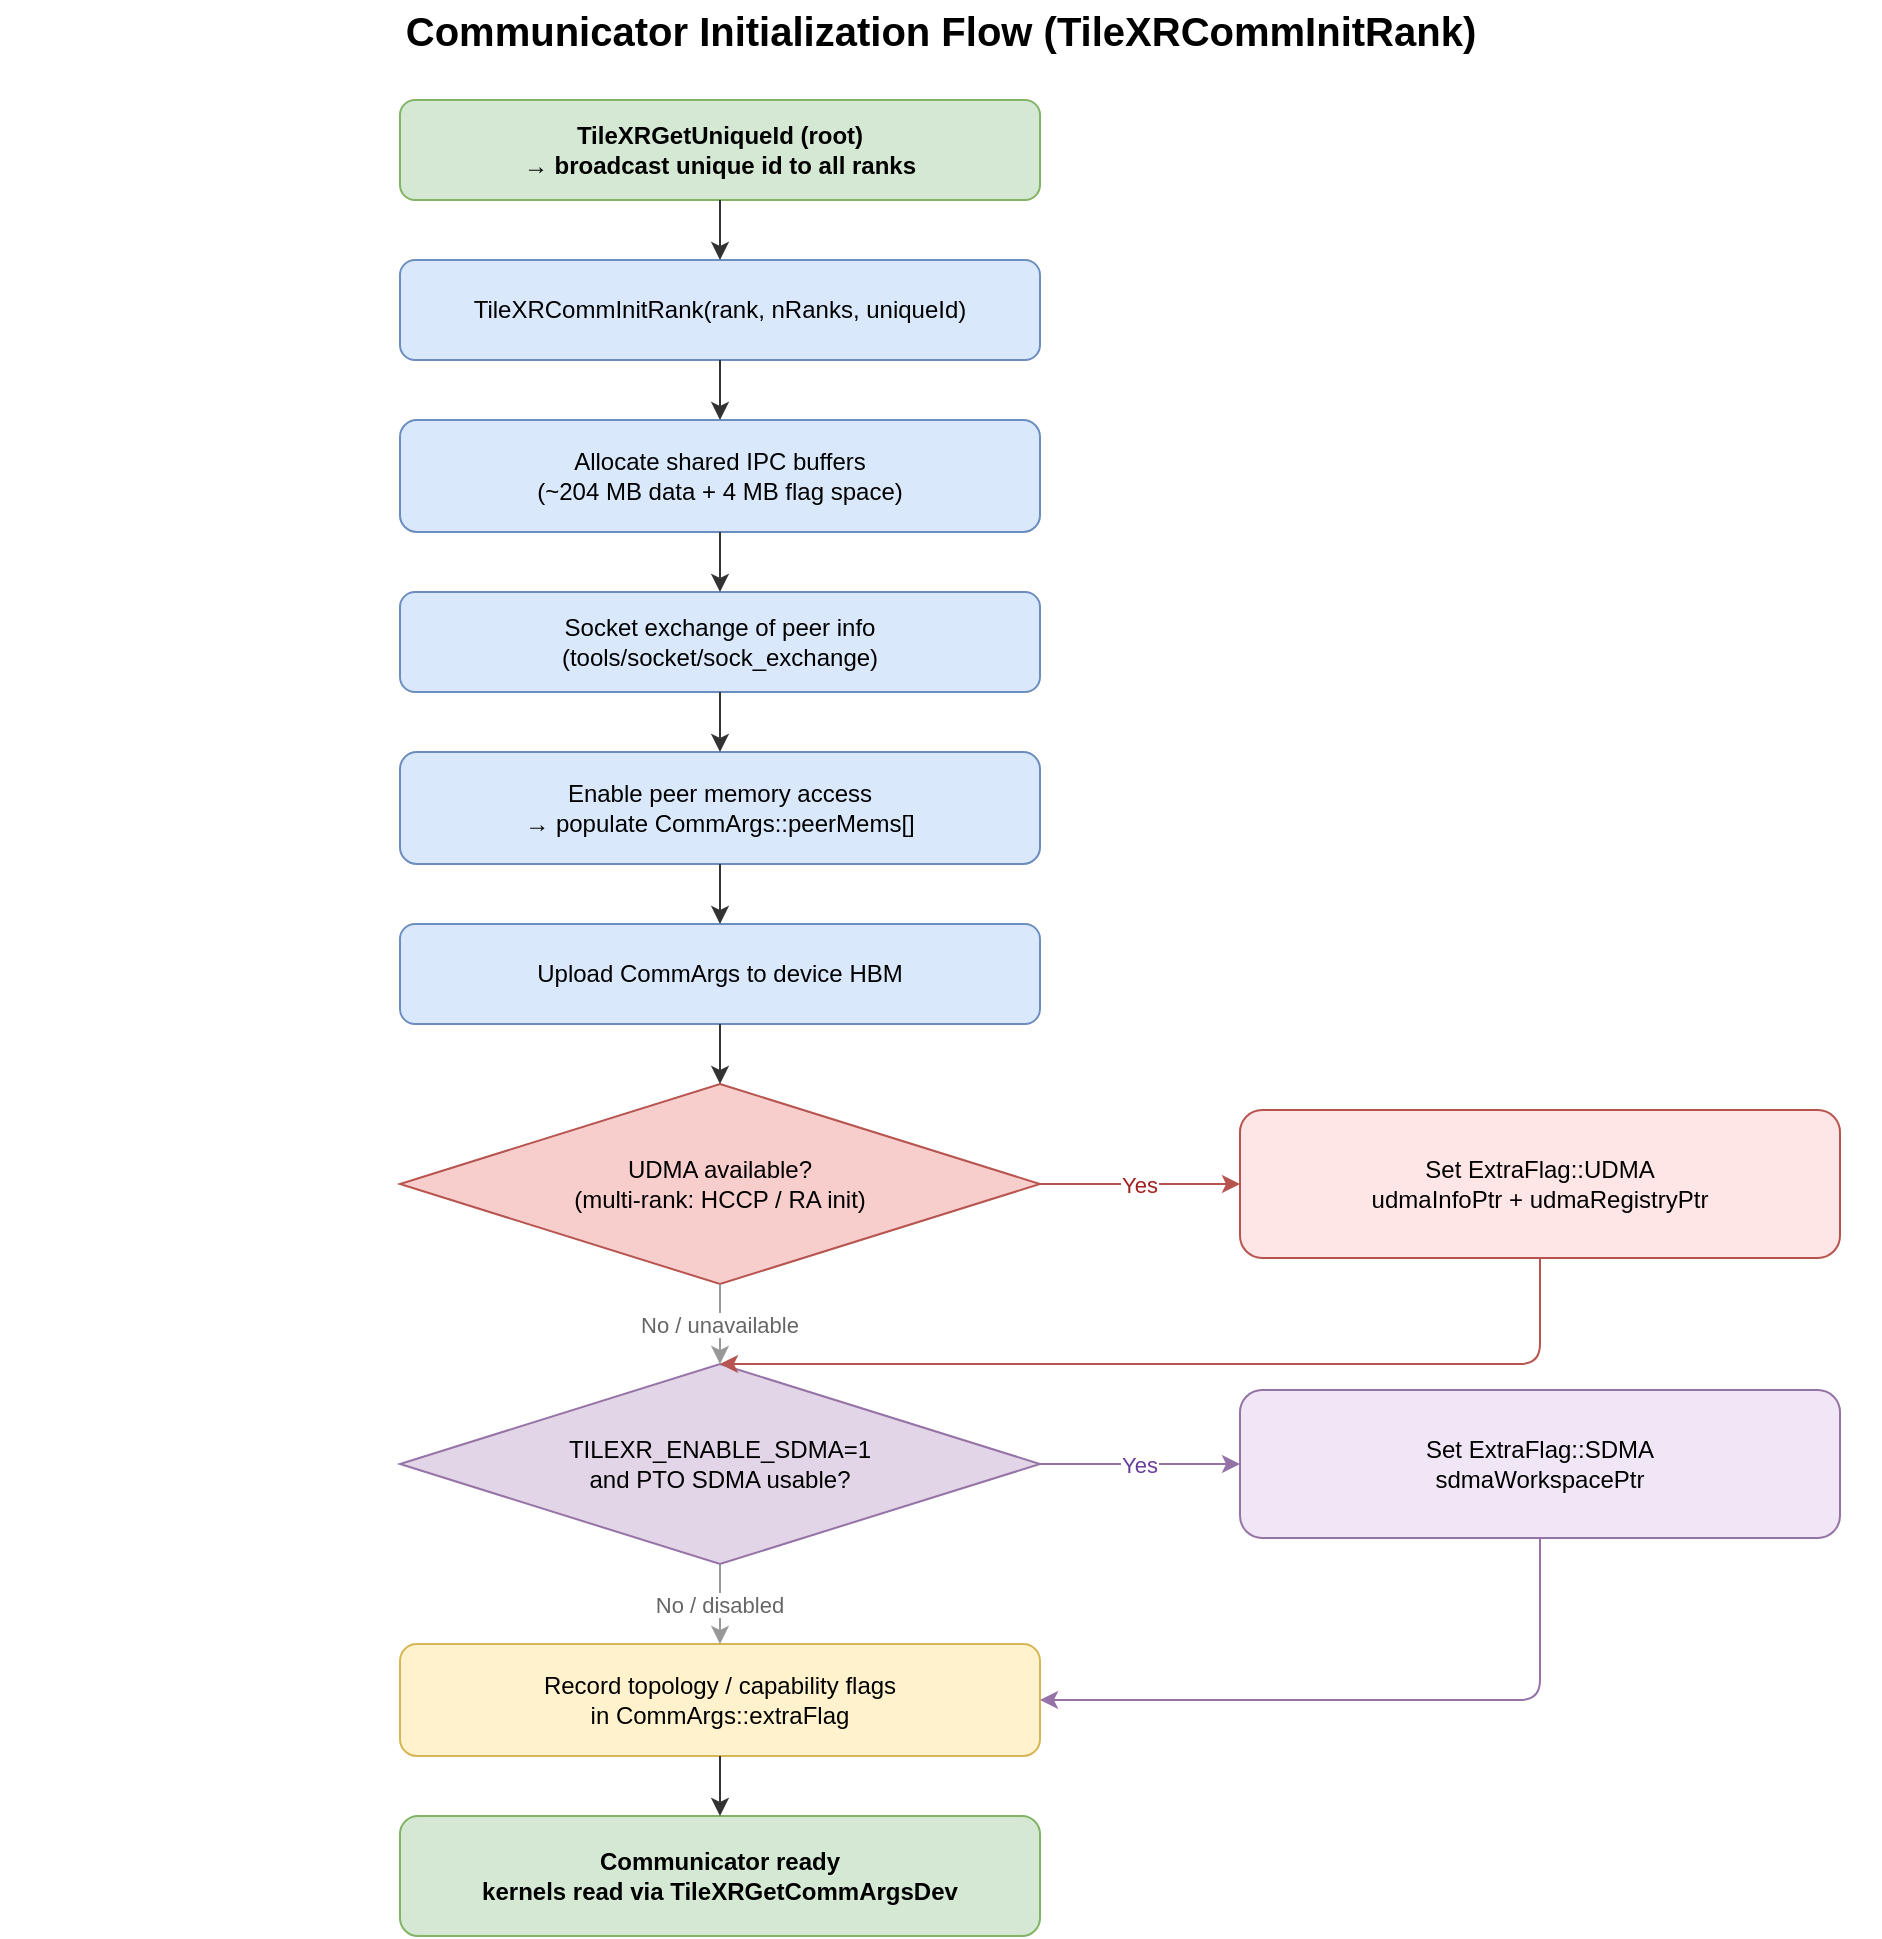
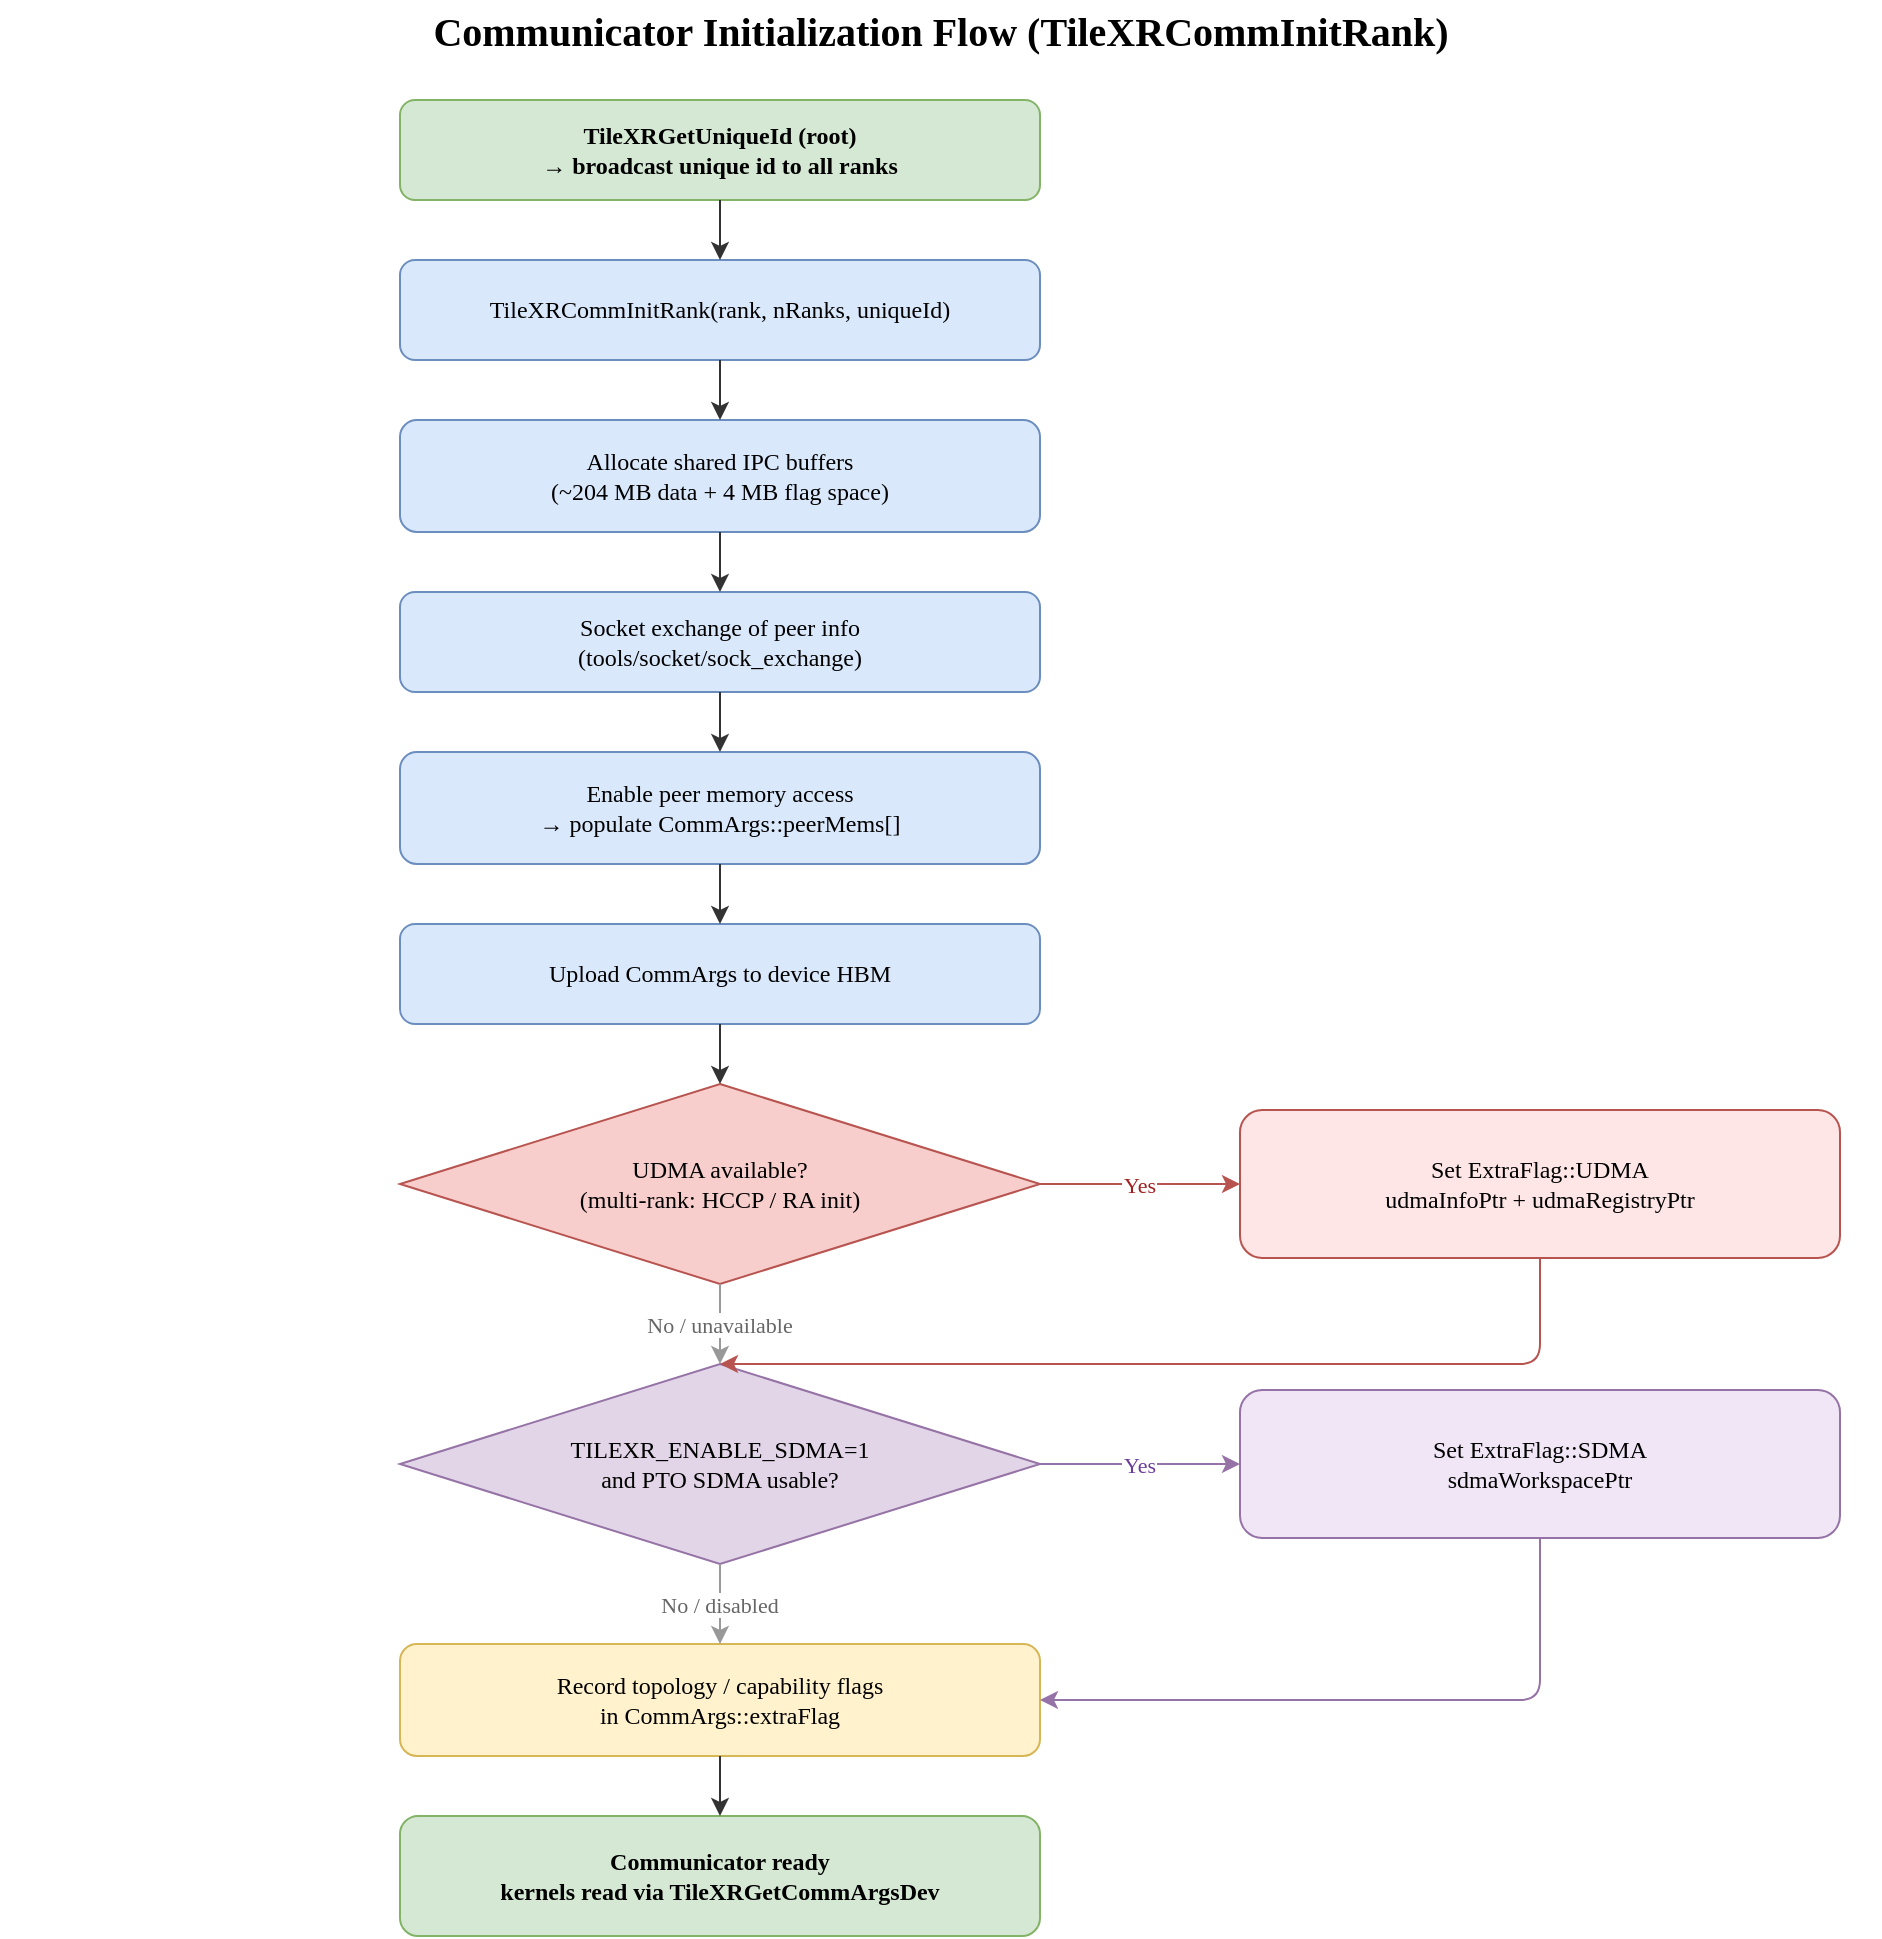
<mxfile host="Electron">
  <diagram id="45-gTDuFvh9qgjPMQVee" name="第 1 页">
    <mxGraphModel dx="1262" dy="1020" grid="1" gridSize="10" guides="1" tooltips="1" connect="1" arrows="1" fold="1" page="1" pageScale="1" pageWidth="1020" pageHeight="1040" math="0" shadow="0">
      <root>
        <mxCell id="0" />
        <mxCell id="1" parent="0" />
-         <mxCell id="title" parent="1" style="text;html=1;align=center;verticalAlign=middle;fontSize=20;fontStyle=1;" value="Communicator Initialization Flow (TileXRCommInitRank)" vertex="1">
+         <mxCell id="title" parent="1" style="text;html=1;align=center;verticalAlign=middle;fontSize=20;fontStyle=1;fontFamily=Comic Sans MS;" value="Communicator Initialization Flow (TileXRCommInitRank)" vertex="1">
          <mxGeometry height="30" width="940" x="40" y="10" as="geometry" />
        </mxCell>
-         <mxCell id="n1" parent="1" style="rounded=1;whiteSpace=wrap;fillColor=#d5e8d4;strokeColor=#82b366;fontStyle=1;" value="TileXRGetUniqueId (root) &#xa;→ broadcast unique id to all ranks" vertex="1">
+         <mxCell id="n1" parent="1" style="rounded=1;whiteSpace=wrap;fillColor=#d5e8d4;strokeColor=#82b366;fontStyle=1;fontFamily=Comic Sans MS;" value="TileXRGetUniqueId (root) &#xa;→ broadcast unique id to all ranks" vertex="1">
          <mxGeometry height="50" width="320" x="240" y="60" as="geometry" />
        </mxCell>
-         <mxCell id="n2" parent="1" style="rounded=1;whiteSpace=wrap;fillColor=#dae8fc;strokeColor=#6c8ebf;" value="TileXRCommInitRank(rank, nRanks, uniqueId)" vertex="1">
+         <mxCell id="n2" parent="1" style="rounded=1;whiteSpace=wrap;fillColor=#dae8fc;strokeColor=#6c8ebf;fontFamily=Comic Sans MS;" value="TileXRCommInitRank(rank, nRanks, uniqueId)" vertex="1">
          <mxGeometry height="50" width="320" x="240" y="140" as="geometry" />
        </mxCell>
-         <mxCell id="n3" parent="1" style="rounded=1;whiteSpace=wrap;fillColor=#dae8fc;strokeColor=#6c8ebf;" value="Allocate shared IPC buffers&#xa;(~204 MB data + 4 MB flag space)" vertex="1">
+         <mxCell id="n3" parent="1" style="rounded=1;whiteSpace=wrap;fillColor=#dae8fc;strokeColor=#6c8ebf;fontFamily=Comic Sans MS;" value="Allocate shared IPC buffers&#xa;(~204 MB data + 4 MB flag space)" vertex="1">
          <mxGeometry height="56" width="320" x="240" y="220" as="geometry" />
        </mxCell>
-         <mxCell id="n4" parent="1" style="rounded=1;whiteSpace=wrap;fillColor=#dae8fc;strokeColor=#6c8ebf;" value="Socket exchange of peer info&#xa;(tools/socket/sock_exchange)" vertex="1">
+         <mxCell id="n4" parent="1" style="rounded=1;whiteSpace=wrap;fillColor=#dae8fc;strokeColor=#6c8ebf;fontFamily=Comic Sans MS;" value="Socket exchange of peer info&#xa;(tools/socket/sock_exchange)" vertex="1">
          <mxGeometry height="50" width="320" x="240" y="306" as="geometry" />
        </mxCell>
-         <mxCell id="n5" parent="1" style="rounded=1;whiteSpace=wrap;fillColor=#dae8fc;strokeColor=#6c8ebf;" value="Enable peer memory access&#xa;→ populate CommArgs::peerMems[]" vertex="1">
+         <mxCell id="n5" parent="1" style="rounded=1;whiteSpace=wrap;fillColor=#dae8fc;strokeColor=#6c8ebf;fontFamily=Comic Sans MS;" value="Enable peer memory access&#xa;→ populate CommArgs::peerMems[]" vertex="1">
          <mxGeometry height="56" width="320" x="240" y="386" as="geometry" />
        </mxCell>
-         <mxCell id="n6" parent="1" style="rounded=1;whiteSpace=wrap;fillColor=#dae8fc;strokeColor=#6c8ebf;" value="Upload CommArgs to device HBM" vertex="1">
+         <mxCell id="n6" parent="1" style="rounded=1;whiteSpace=wrap;fillColor=#dae8fc;strokeColor=#6c8ebf;fontFamily=Comic Sans MS;" value="Upload CommArgs to device HBM" vertex="1">
          <mxGeometry height="50" width="320" x="240" y="472" as="geometry" />
        </mxCell>
-         <mxCell id="d1" parent="1" style="rhombus;whiteSpace=wrap;fillColor=#f8cecc;strokeColor=#b85450;" value="UDMA available?&#xa;(multi-rank: HCCP / RA init)" vertex="1">
+         <mxCell id="d1" parent="1" style="rhombus;whiteSpace=wrap;fillColor=#f8cecc;strokeColor=#b85450;fontFamily=Comic Sans MS;" value="UDMA available?&#xa;(multi-rank: HCCP / RA init)" vertex="1">
          <mxGeometry height="100" width="320" x="240" y="552" as="geometry" />
        </mxCell>
-         <mxCell id="uset" parent="1" style="rounded=1;whiteSpace=wrap;fillColor=#ffe6e6;strokeColor=#b85450;" value="Set ExtraFlag::UDMA&#xa;udmaInfoPtr + udmaRegistryPtr" vertex="1">
+         <mxCell id="uset" parent="1" style="rounded=1;whiteSpace=wrap;fillColor=#ffe6e6;strokeColor=#b85450;fontFamily=Comic Sans MS;" value="Set ExtraFlag::UDMA&#xa;udmaInfoPtr + udmaRegistryPtr" vertex="1">
          <mxGeometry height="74" width="300" x="660" y="565" as="geometry" />
        </mxCell>
-         <mxCell id="d2" parent="1" style="rhombus;whiteSpace=wrap;fillColor=#e1d5e7;strokeColor=#9673a6;" value="TILEXR_ENABLE_SDMA=1&#xa;and PTO SDMA usable?" vertex="1">
+         <mxCell id="d2" parent="1" style="rhombus;whiteSpace=wrap;fillColor=#e1d5e7;strokeColor=#9673a6;fontFamily=Comic Sans MS;" value="TILEXR_ENABLE_SDMA=1&#xa;and PTO SDMA usable?" vertex="1">
          <mxGeometry height="100" width="320" x="240" y="692" as="geometry" />
        </mxCell>
-         <mxCell id="sset" parent="1" style="rounded=1;whiteSpace=wrap;fillColor=#f0e6f6;strokeColor=#9673a6;" value="Set ExtraFlag::SDMA&#xa;sdmaWorkspacePtr" vertex="1">
+         <mxCell id="sset" parent="1" style="rounded=1;whiteSpace=wrap;fillColor=#f0e6f6;strokeColor=#9673a6;fontFamily=Comic Sans MS;" value="Set ExtraFlag::SDMA&#xa;sdmaWorkspacePtr" vertex="1">
          <mxGeometry height="74" width="300" x="660" y="705" as="geometry" />
        </mxCell>
-         <mxCell id="n7" parent="1" style="rounded=1;whiteSpace=wrap;fillColor=#fff2cc;strokeColor=#d6b656;" value="Record topology / capability flags&#xa;in CommArgs::extraFlag" vertex="1">
+         <mxCell id="n7" parent="1" style="rounded=1;whiteSpace=wrap;fillColor=#fff2cc;strokeColor=#d6b656;fontFamily=Comic Sans MS;" value="Record topology / capability flags&#xa;in CommArgs::extraFlag" vertex="1">
          <mxGeometry height="56" width="320" x="240" y="832" as="geometry" />
        </mxCell>
-         <mxCell id="n8" parent="1" style="rounded=1;whiteSpace=wrap;fillColor=#d5e8d4;strokeColor=#82b366;fontStyle=1;" value="Communicator ready&#xa;kernels read via TileXRGetCommArgsDev" vertex="1">
+         <mxCell id="n8" parent="1" style="rounded=1;whiteSpace=wrap;fillColor=#d5e8d4;strokeColor=#82b366;fontStyle=1;fontFamily=Comic Sans MS;" value="Communicator ready&#xa;kernels read via TileXRGetCommArgsDev" vertex="1">
          <mxGeometry height="60" width="320" x="240" y="918" as="geometry" />
        </mxCell>
-         <mxCell id="ea" edge="1" parent="1" source="n1" style="edgeStyle=orthogonalEdgeStyle;rounded=1;endArrow=classic;strokeColor=#333333;" target="n2">
+         <mxCell id="ea" edge="1" parent="1" source="n1" style="edgeStyle=orthogonalEdgeStyle;rounded=1;endArrow=classic;strokeColor=#333333;fontFamily=Comic Sans MS;" target="n2">
          <mxGeometry relative="1" as="geometry" />
        </mxCell>
-         <mxCell id="eb" edge="1" parent="1" source="n2" style="edgeStyle=orthogonalEdgeStyle;rounded=1;endArrow=classic;strokeColor=#333333;" target="n3">
+         <mxCell id="eb" edge="1" parent="1" source="n2" style="edgeStyle=orthogonalEdgeStyle;rounded=1;endArrow=classic;strokeColor=#333333;fontFamily=Comic Sans MS;" target="n3">
          <mxGeometry relative="1" as="geometry" />
        </mxCell>
-         <mxCell id="ec" edge="1" parent="1" source="n3" style="edgeStyle=orthogonalEdgeStyle;rounded=1;endArrow=classic;strokeColor=#333333;" target="n4">
+         <mxCell id="ec" edge="1" parent="1" source="n3" style="edgeStyle=orthogonalEdgeStyle;rounded=1;endArrow=classic;strokeColor=#333333;fontFamily=Comic Sans MS;" target="n4">
          <mxGeometry relative="1" as="geometry" />
        </mxCell>
-         <mxCell id="ed" edge="1" parent="1" source="n4" style="edgeStyle=orthogonalEdgeStyle;rounded=1;endArrow=classic;strokeColor=#333333;" target="n5">
+         <mxCell id="ed" edge="1" parent="1" source="n4" style="edgeStyle=orthogonalEdgeStyle;rounded=1;endArrow=classic;strokeColor=#333333;fontFamily=Comic Sans MS;" target="n5">
          <mxGeometry relative="1" as="geometry" />
        </mxCell>
-         <mxCell id="ee" edge="1" parent="1" source="n5" style="edgeStyle=orthogonalEdgeStyle;rounded=1;endArrow=classic;strokeColor=#333333;" target="n6">
+         <mxCell id="ee" edge="1" parent="1" source="n5" style="edgeStyle=orthogonalEdgeStyle;rounded=1;endArrow=classic;strokeColor=#333333;fontFamily=Comic Sans MS;" target="n6">
          <mxGeometry relative="1" as="geometry" />
        </mxCell>
-         <mxCell id="ef" edge="1" parent="1" source="n6" style="edgeStyle=orthogonalEdgeStyle;rounded=1;endArrow=classic;strokeColor=#333333;" target="d1">
+         <mxCell id="ef" edge="1" parent="1" source="n6" style="edgeStyle=orthogonalEdgeStyle;rounded=1;endArrow=classic;strokeColor=#333333;fontFamily=Comic Sans MS;" target="d1">
          <mxGeometry relative="1" as="geometry" />
        </mxCell>
-         <mxCell id="g_yes1" edge="1" parent="1" source="d1" style="edgeStyle=orthogonalEdgeStyle;rounded=1;endArrow=classic;strokeColor=#b85450;fontColor=#a02020;exitX=1;exitY=0.5;entryX=0;entryY=0.5;" target="uset" value="Yes">
+         <mxCell id="g_yes1" edge="1" parent="1" source="d1" style="edgeStyle=orthogonalEdgeStyle;rounded=1;endArrow=classic;strokeColor=#b85450;fontColor=#a02020;exitX=1;exitY=0.5;entryX=0;entryY=0.5;fontFamily=Comic Sans MS;" target="uset" value="Yes">
          <mxGeometry relative="1" as="geometry" />
        </mxCell>
-         <mxCell id="g_no1" edge="1" parent="1" source="d1" style="edgeStyle=orthogonalEdgeStyle;rounded=1;endArrow=classic;strokeColor=#999999;fontColor=#666666;exitX=0.5;exitY=1;entryX=0.5;entryY=0;" target="d2" value="No / unavailable">
+         <mxCell id="g_no1" edge="1" parent="1" source="d1" style="edgeStyle=orthogonalEdgeStyle;rounded=1;endArrow=classic;strokeColor=#999999;fontColor=#666666;exitX=0.5;exitY=1;entryX=0.5;entryY=0;fontFamily=Comic Sans MS;" target="d2" value="No / unavailable">
          <mxGeometry relative="1" as="geometry" />
        </mxCell>
-         <mxCell id="g_uset_d2" edge="1" parent="1" source="uset" style="edgeStyle=orthogonalEdgeStyle;rounded=1;endArrow=classic;strokeColor=#b85450;exitX=0.5;exitY=1;entryX=0.5;entryY=0;entryDx=0;entryDy=0;" target="d2">
+         <mxCell id="g_uset_d2" edge="1" parent="1" source="uset" style="edgeStyle=orthogonalEdgeStyle;rounded=1;endArrow=classic;strokeColor=#b85450;exitX=0.5;exitY=1;entryX=0.5;entryY=0;entryDx=0;entryDy=0;fontFamily=Comic Sans MS;" target="d2">
          <mxGeometry relative="1" as="geometry">
            <Array as="points">
              <mxPoint x="810" y="692" />
            </Array>
          </mxGeometry>
        </mxCell>
-         <mxCell id="g_yes2" edge="1" parent="1" source="d2" style="edgeStyle=orthogonalEdgeStyle;rounded=1;endArrow=classic;strokeColor=#9673a6;fontColor=#6a3d9a;exitX=1;exitY=0.5;entryX=0;entryY=0.5;" target="sset" value="Yes">
+         <mxCell id="g_yes2" edge="1" parent="1" source="d2" style="edgeStyle=orthogonalEdgeStyle;rounded=1;endArrow=classic;strokeColor=#9673a6;fontColor=#6a3d9a;exitX=1;exitY=0.5;entryX=0;entryY=0.5;fontFamily=Comic Sans MS;" target="sset" value="Yes">
          <mxGeometry relative="1" as="geometry" />
        </mxCell>
-         <mxCell id="g_no2" edge="1" parent="1" source="d2" style="edgeStyle=orthogonalEdgeStyle;rounded=1;endArrow=classic;strokeColor=#999999;fontColor=#666666;exitX=0.5;exitY=1;entryX=0.5;entryY=0;" target="n7" value="No / disabled">
+         <mxCell id="g_no2" edge="1" parent="1" source="d2" style="edgeStyle=orthogonalEdgeStyle;rounded=1;endArrow=classic;strokeColor=#999999;fontColor=#666666;exitX=0.5;exitY=1;entryX=0.5;entryY=0;fontFamily=Comic Sans MS;" target="n7" value="No / disabled">
          <mxGeometry relative="1" as="geometry" />
        </mxCell>
-         <mxCell id="g_sset_n7" edge="1" parent="1" source="sset" style="edgeStyle=orthogonalEdgeStyle;rounded=1;endArrow=classic;strokeColor=#9673a6;exitX=0.5;exitY=1;entryX=1;entryY=0.5;" target="n7">
+         <mxCell id="g_sset_n7" edge="1" parent="1" source="sset" style="edgeStyle=orthogonalEdgeStyle;rounded=1;endArrow=classic;strokeColor=#9673a6;exitX=0.5;exitY=1;entryX=1;entryY=0.5;fontFamily=Comic Sans MS;" target="n7">
          <mxGeometry relative="1" as="geometry">
            <Array as="points">
              <mxPoint x="810" y="860" />
            </Array>
          </mxGeometry>
        </mxCell>
-         <mxCell id="g_n7n8" edge="1" parent="1" source="n7" style="edgeStyle=orthogonalEdgeStyle;rounded=1;endArrow=classic;strokeColor=#333333;" target="n8">
+         <mxCell id="g_n7n8" edge="1" parent="1" source="n7" style="edgeStyle=orthogonalEdgeStyle;rounded=1;endArrow=classic;strokeColor=#333333;fontFamily=Comic Sans MS;" target="n8">
          <mxGeometry relative="1" as="geometry" />
        </mxCell>
      </root>
    </mxGraphModel>
  </diagram>
</mxfile>
